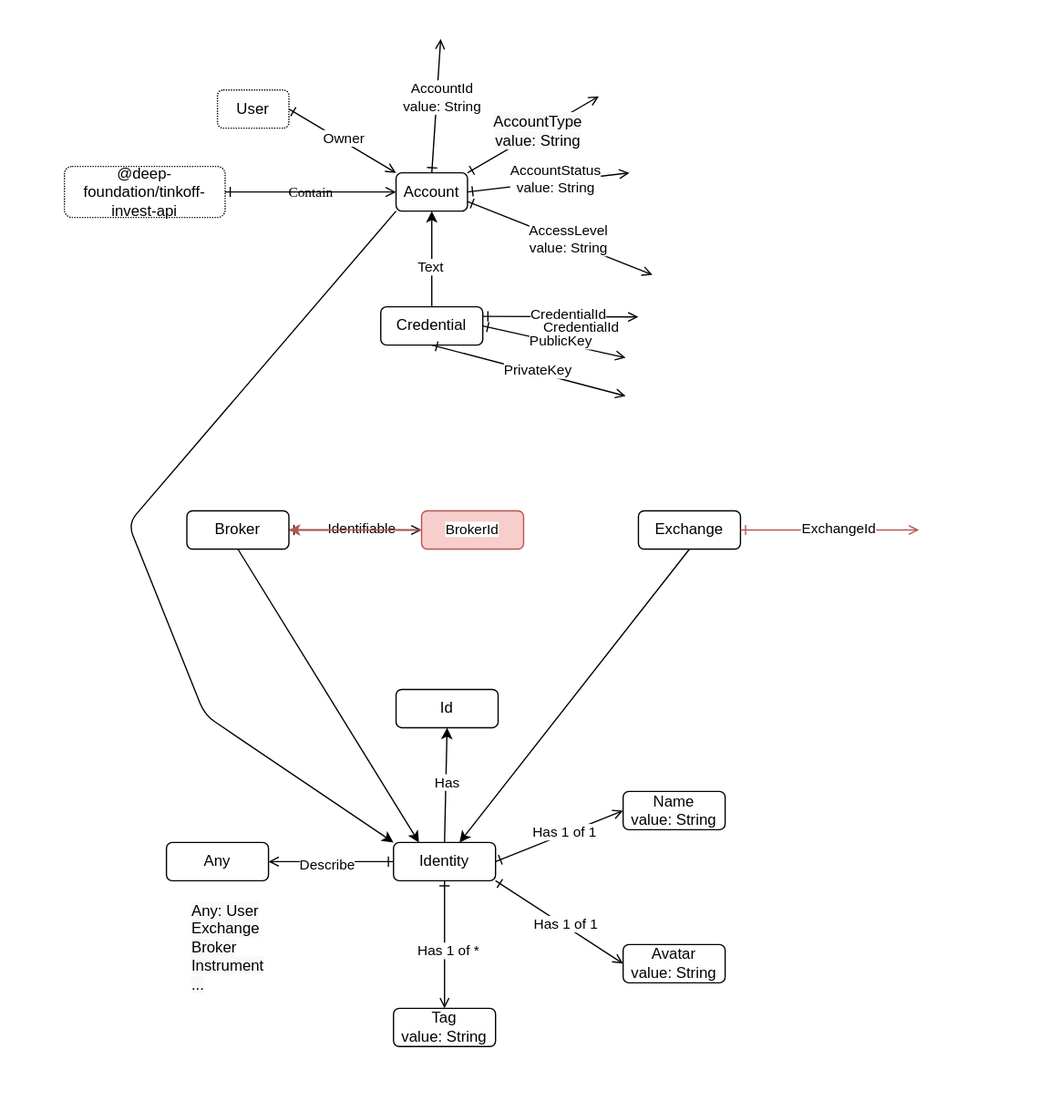
Above: src/account/Account.drawio.svg in suenot/deep-tinkoff-invest-api (draw.io), before the change. Source tidied: cells renumbered, new cells last; positions are measured from the earlier drawing's top-left corner, leaving out a move shared by most shapes.
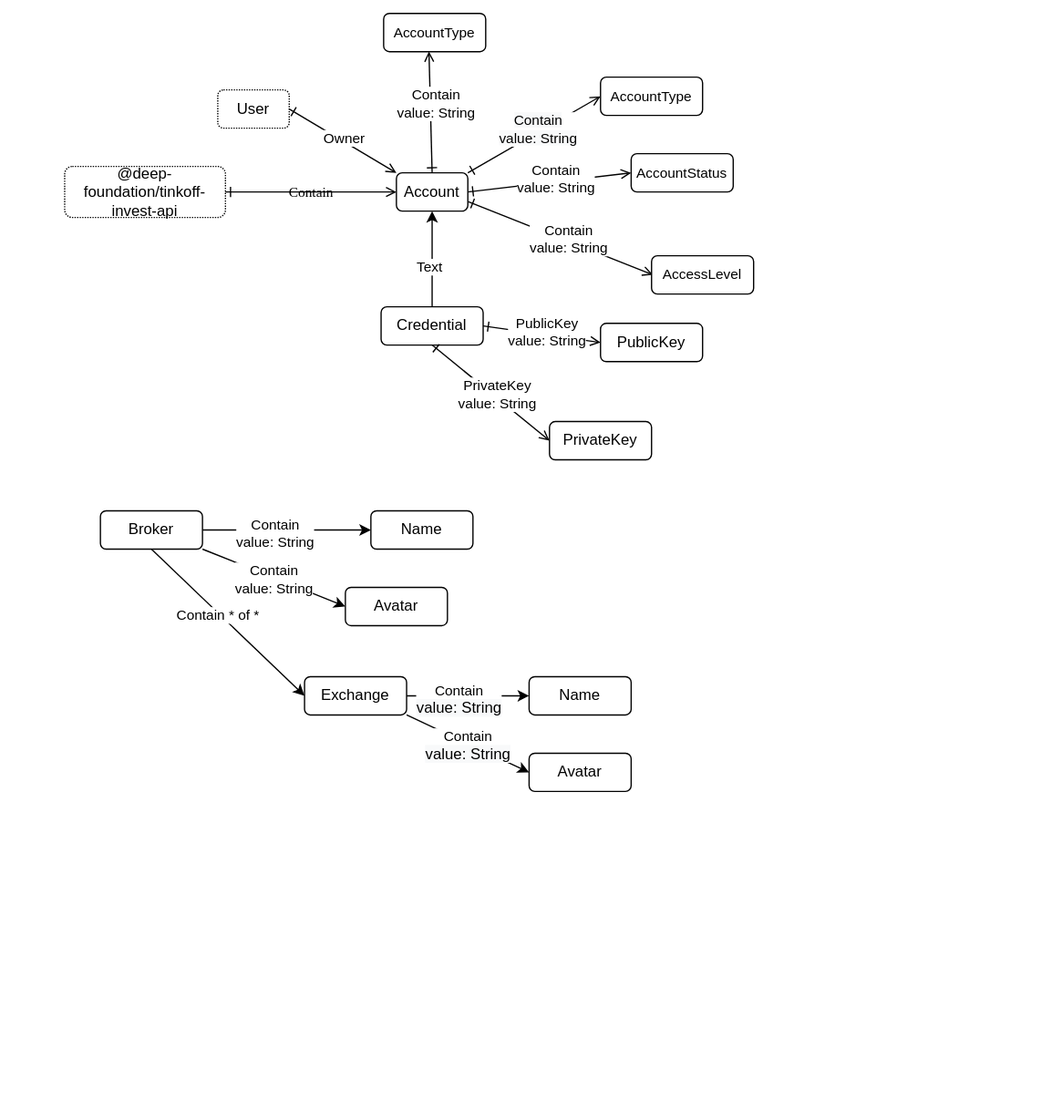
After the change.

The edit, as a diff of the source:
```diff
@@ -14,25 +14,15 @@
     <mxCell id="5" value="User" style="rounded=1;whiteSpace=wrap;html=1;labelBackgroundColor=none;dashed=1;dashPattern=1 1;" parent="1" vertex="1">
       <mxGeometry x="170" y="70" width="56" height="30" as="geometry" />
     </mxCell>
-    <mxCell id="6" style="edgeStyle=none;html=1;exitX=0.5;exitY=0;exitDx=0;exitDy=0;entryX=0.5;entryY=1;entryDx=0;entryDy=0;startArrow=ERone;startFill=0;endArrow=open;endFill=0;" parent="1" edge="1" source="10">
-      <mxGeometry relative="1" as="geometry">
-        <mxPoint x="345" y="30" as="targetPoint" />
-      </mxGeometry>
+    <mxCell id="6" style="edgeStyle=none;html=1;exitX=0.5;exitY=0;exitDx=0;exitDy=0;startArrow=ERone;startFill=0;endArrow=open;endFill=0;entryX=0.444;entryY=0.994;entryDx=0;entryDy=0;entryPerimeter=0;" parent="1" edge="1" source="10" target="75">
+      <mxGeometry relative="1" as="geometry" />
     </mxCell>
     <mxCell id="7" value="Id" style="edgeLabel;html=1;align=center;verticalAlign=middle;" parent="6" vertex="1">
       <mxGeometry x="0.08" y="2" relative="1" as="geometry" />
     </mxCell>
-    <mxCell id="8" value="AccountId&lt;br&gt;value: String" style="edgeLabel;html=1;align=center;verticalAlign=middle;" parent="6" vertex="1">
+    <mxCell id="8" value="Contain&lt;br&gt;value: String" style="edgeLabel;html=1;align=center;verticalAlign=middle;" parent="6" vertex="1">
       <mxGeometry x="0.14" y="-4" relative="1" as="geometry" />
     </mxCell>
-    <mxCell id="9" style="edgeStyle=none;html=1;exitX=0;exitY=1;exitDx=0;exitDy=0;entryX=0;entryY=0;entryDx=0;entryDy=0;" parent="1" edge="1" source="10" target="39">
-      <mxGeometry relative="1" as="geometry">
-        <Array as="points">
-          <mxPoint x="100" y="410" />
-          <mxPoint x="160" y="560" />
-        </Array>
-      </mxGeometry>
-    </mxCell>
     <mxCell id="10" value="Account" style="rounded=1;whiteSpace=wrap;html=1;labelBackgroundColor=none;" parent="1" vertex="1">
       <mxGeometry x="310" y="135" width="56" height="30" as="geometry" />
     </mxCell>
@@ -42,28 +32,22 @@
     <mxCell id="12" value="Contain" style="jettySize=auto;html=1;shadow=0;labelBackgroundColor=none;startArrow=ERone;startFill=0;endArrow=open;endFill=0;fontColor=#000000;fontFamily=Comic Sans MS;entryX=0;entryY=0.5;entryDx=0;entryDy=0;exitX=1;exitY=0.5;exitDx=0;exitDy=0;" parent="1" edge="1" source="11" target="10">
       <mxGeometry relative="1" as="geometry" />
     </mxCell>
-    <mxCell id="13" style="edgeStyle=none;html=1;entryX=0;entryY=0.5;entryDx=0;entryDy=0;startArrow=ERone;startFill=0;endArrow=open;endFill=0;exitX=1;exitY=0;exitDx=0;exitDy=0;" parent="1" edge="1" source="10">
-      <mxGeometry relative="1" as="geometry">
-        <mxPoint x="469" y="75" as="targetPoint" />
-      </mxGeometry>
+    <mxCell id="13" style="edgeStyle=none;html=1;entryX=0;entryY=0.5;entryDx=0;entryDy=0;startArrow=ERone;startFill=0;endArrow=open;endFill=0;exitX=1;exitY=0;exitDx=0;exitDy=0;" parent="1" edge="1" source="10" target="74">
+      <mxGeometry relative="1" as="geometry" />
     </mxCell>
-    <mxCell id="14" value="&lt;span style=&quot;font-size: 12px ; background-color: rgb(248 , 249 , 250)&quot;&gt;AccountType&lt;br&gt;value: String&lt;br&gt;&lt;/span&gt;" style="edgeLabel;html=1;align=center;verticalAlign=middle;" parent="13" vertex="1">
+    <mxCell id="14" value="&lt;span style=&quot;background-color: rgb(248 , 249 , 250)&quot;&gt;&lt;span&gt;Contain&lt;br&gt;value: String&lt;/span&gt;&lt;br&gt;&lt;/span&gt;" style="edgeLabel;html=1;align=center;verticalAlign=middle;" parent="13" vertex="1">
       <mxGeometry x="0.08" y="2" relative="1" as="geometry" />
     </mxCell>
-    <mxCell id="15" style="edgeStyle=none;html=1;entryX=0;entryY=0.5;entryDx=0;entryDy=0;startArrow=ERone;startFill=0;endArrow=open;endFill=0;exitX=1;exitY=0.5;exitDx=0;exitDy=0;" parent="1" edge="1" source="10">
-      <mxGeometry relative="1" as="geometry">
-        <mxPoint x="493" y="135" as="targetPoint" />
-      </mxGeometry>
+    <mxCell id="15" style="edgeStyle=none;html=1;entryX=0;entryY=0.5;entryDx=0;entryDy=0;startArrow=ERone;startFill=0;endArrow=open;endFill=0;exitX=1;exitY=0.5;exitDx=0;exitDy=0;" parent="1" edge="1" source="10" target="73">
+      <mxGeometry relative="1" as="geometry" />
     </mxCell>
-    <mxCell id="16" value="AccountStatus&lt;br&gt;value: String" style="edgeLabel;html=1;align=center;verticalAlign=middle;" parent="15" vertex="1">
+    <mxCell id="16" value="Contain&lt;br&gt;value: String" style="edgeLabel;html=1;align=center;verticalAlign=middle;" parent="15" vertex="1">
       <mxGeometry x="0.08" y="2" relative="1" as="geometry" />
     </mxCell>
-    <mxCell id="17" style="edgeStyle=none;html=1;entryX=0;entryY=0.5;entryDx=0;entryDy=0;startArrow=ERone;startFill=0;endArrow=open;endFill=0;exitX=1;exitY=0.75;exitDx=0;exitDy=0;" parent="1" edge="1" source="10">
-      <mxGeometry relative="1" as="geometry">
-        <mxPoint x="511" y="215" as="targetPoint" />
-      </mxGeometry>
+    <mxCell id="17" style="edgeStyle=none;html=1;entryX=0.013;entryY=0.5;entryDx=0;entryDy=0;startArrow=ERone;startFill=0;endArrow=open;endFill=0;exitX=1;exitY=0.75;exitDx=0;exitDy=0;entryPerimeter=0;" parent="1" edge="1" source="10" target="72">
+      <mxGeometry relative="1" as="geometry" />
     </mxCell>
-    <mxCell id="18" value="AccessLevel&lt;br&gt;value: String" style="edgeLabel;html=1;align=center;verticalAlign=middle;" parent="17" vertex="1">
+    <mxCell id="18" value="Contain&lt;br&gt;value: String" style="edgeLabel;html=1;align=center;verticalAlign=middle;" parent="17" vertex="1">
       <mxGeometry x="0.08" y="2" relative="1" as="geometry" />
     </mxCell>
     <mxCell id="19" style="edgeStyle=none;html=1;exitX=0.5;exitY=0;exitDx=0;exitDy=0;entryX=0.5;entryY=1;entryDx=0;entryDy=0;" parent="1" edge="1" source="21" target="10">
@@ -77,119 +61,89 @@
     <mxCell id="21" value="Credential" style="rounded=1;whiteSpace=wrap;html=1;labelBackgroundColor=none;" parent="1" vertex="1">
       <mxGeometry x="298" y="240" width="80" height="30" as="geometry" />
     </mxCell>
-    <mxCell id="22" style="edgeStyle=none;html=1;startArrow=ERone;startFill=0;endArrow=open;endFill=0;exitX=1;exitY=0.5;exitDx=0;exitDy=0;" parent="1" edge="1" source="21">
-      <mxGeometry relative="1" as="geometry">
-        <mxPoint x="490" y="280" as="targetPoint" />
-      </mxGeometry>
+    <mxCell id="22" style="edgeStyle=none;html=1;startArrow=ERone;startFill=0;endArrow=open;endFill=0;exitX=1;exitY=0.5;exitDx=0;exitDy=0;entryX=0;entryY=0.5;entryDx=0;entryDy=0;" parent="1" edge="1" source="21" target="71">
+      <mxGeometry relative="1" as="geometry" />
     </mxCell>
-    <mxCell id="23" value="PublicKey" style="edgeLabel;html=1;align=center;verticalAlign=middle;" parent="22" vertex="1">
+    <mxCell id="23" value="PublicKey&lt;br&gt;value: String" style="edgeLabel;html=1;align=center;verticalAlign=middle;" parent="22" vertex="1">
       <mxGeometry x="0.08" y="2" relative="1" as="geometry" />
     </mxCell>
-    <mxCell id="24" style="edgeStyle=none;html=1;startArrow=ERone;startFill=0;endArrow=open;endFill=0;exitX=0.5;exitY=1;exitDx=0;exitDy=0;" parent="1" edge="1" source="21">
-      <mxGeometry relative="1" as="geometry">
-        <mxPoint x="490" y="310" as="targetPoint" />
-      </mxGeometry>
+    <mxCell id="24" style="edgeStyle=none;html=1;startArrow=ERone;startFill=0;endArrow=open;endFill=0;exitX=0.5;exitY=1;exitDx=0;exitDy=0;entryX=0;entryY=0.5;entryDx=0;entryDy=0;" parent="1" edge="1" source="21" target="70">
+      <mxGeometry relative="1" as="geometry" />
     </mxCell>
-    <mxCell id="25" value="PrivateKey" style="edgeLabel;html=1;align=center;verticalAlign=middle;" parent="24" vertex="1">
+    <mxCell id="25" value="PrivateKey&lt;br&gt;value: String" style="edgeLabel;html=1;align=center;verticalAlign=middle;" parent="24" vertex="1">
       <mxGeometry x="0.08" y="2" relative="1" as="geometry" />
     </mxCell>
-    <mxCell id="26" style="edgeStyle=none;html=1;exitX=0.5;exitY=1;exitDx=0;exitDy=0;entryX=0.25;entryY=0;entryDx=0;entryDy=0;" parent="1" edge="1" source="27" target="39">
-      <mxGeometry relative="1" as="geometry" />
-    </mxCell>
+    <mxCell id="56" style="edgeStyle=none;html=1;exitX=1;exitY=0.5;exitDx=0;exitDy=0;entryX=0;entryY=0.5;entryDx=0;entryDy=0;" parent="1" edge="1" source="27" target="62">
+      <mxGeometry relative="1" as="geometry" />
+    </mxCell>
+    <mxCell id="57" value="Contain&lt;br&gt;value: String" style="edgeLabel;html=1;align=center;verticalAlign=middle;" parent="56" vertex="1">
+      <mxGeometry x="-0.12" y="-3" relative="1" as="geometry">
+        <mxPoint x="-1" as="offset" />
+      </mxGeometry>
+    </mxCell>
+    <mxCell id="58" style="edgeStyle=none;html=1;exitX=1;exitY=1;exitDx=0;exitDy=0;entryX=0;entryY=0.5;entryDx=0;entryDy=0;" parent="1" edge="1" source="27" target="63">
+      <mxGeometry relative="1" as="geometry" />
+    </mxCell>
+    <mxCell id="59" value="Contain&lt;br&gt;value: String" style="edgeLabel;html=1;align=center;verticalAlign=middle;" parent="58" vertex="1">
+      <mxGeometry y="-1" relative="1" as="geometry" />
+    </mxCell>
+    <mxCell id="60" style="edgeStyle=none;html=1;exitX=0.5;exitY=1;exitDx=0;exitDy=0;entryX=0;entryY=0.5;entryDx=0;entryDy=0;" parent="1" edge="1" source="27" target="29">
+      <mxGeometry relative="1" as="geometry" />
+    </mxCell>
+    <mxCell id="61" value="Contain * of *" style="edgeLabel;html=1;align=center;verticalAlign=middle;" parent="60" vertex="1">
+      <mxGeometry x="-0.11" y="-2" relative="1" as="geometry">
+        <mxPoint y="-1" as="offset" />
+      </mxGeometry>
+    </mxCell>
     <mxCell id="27" value="Broker" style="rounded=1;whiteSpace=wrap;html=1;labelBackgroundColor=none;" parent="1" vertex="1">
-      <mxGeometry x="146" y="400" width="80" height="30" as="geometry" />
+      <mxGeometry x="78" y="400" width="80" height="30" as="geometry" />
     </mxCell>
-    <mxCell id="28" style="edgeStyle=none;html=1;exitX=0.5;exitY=1;exitDx=0;exitDy=0;" parent="1" edge="1" source="29" target="39">
-      <mxGeometry relative="1" as="geometry" />
-    </mxCell>
+    <mxCell id="62" value="Name" style="rounded=1;whiteSpace=wrap;html=1;labelBackgroundColor=none;" parent="1" vertex="1">
+      <mxGeometry x="290" y="400" width="80" height="30" as="geometry" />
+    </mxCell>
+    <mxCell id="63" value="Avatar" style="rounded=1;whiteSpace=wrap;html=1;labelBackgroundColor=none;" parent="1" vertex="1">
+      <mxGeometry x="270" y="460" width="80" height="30" as="geometry" />
+    </mxCell>
+    <mxCell id="64" style="edgeStyle=none;html=1;exitX=1;exitY=0.5;exitDx=0;exitDy=0;entryX=0;entryY=0.5;entryDx=0;entryDy=0;" parent="1" edge="1" source="29" target="68">
+      <mxGeometry relative="1" as="geometry" />
+    </mxCell>
+    <mxCell id="65" value="Contain&lt;br&gt;&lt;span style=&quot;font-size: 12px ; background-color: rgb(248 , 249 , 250)&quot;&gt;value: String&lt;/span&gt;" style="edgeLabel;html=1;align=center;verticalAlign=middle;" parent="64" vertex="1">
+      <mxGeometry x="-0.12" y="-3" relative="1" as="geometry">
+        <mxPoint x="-1" as="offset" />
+      </mxGeometry>
+    </mxCell>
+    <mxCell id="66" style="edgeStyle=none;html=1;exitX=1;exitY=1;exitDx=0;exitDy=0;entryX=0;entryY=0.5;entryDx=0;entryDy=0;" parent="1" edge="1" source="29" target="69">
+      <mxGeometry relative="1" as="geometry" />
+    </mxCell>
+    <mxCell id="67" value="Contain&lt;br&gt;&lt;span style=&quot;font-size: 12px ; background-color: rgb(248 , 249 , 250)&quot;&gt;value: String&lt;/span&gt;" style="edgeLabel;html=1;align=center;verticalAlign=middle;" parent="66" vertex="1">
+      <mxGeometry y="-1" relative="1" as="geometry" />
+    </mxCell>
     <mxCell id="29" value="Exchange" style="rounded=1;whiteSpace=wrap;html=1;labelBackgroundColor=none;" parent="1" vertex="1">
-      <mxGeometry x="500" y="400" width="80" height="30" as="geometry" />
+      <mxGeometry x="238" y="530" width="80" height="30" as="geometry" />
     </mxCell>
-    <mxCell id="30" style="edgeStyle=none;html=1;startArrow=ERone;startFill=0;endArrow=open;endFill=0;exitX=1;exitY=0.25;exitDx=0;exitDy=0;" parent="1" edge="1" source="21">
-      <mxGeometry relative="1" as="geometry">
-        <mxPoint x="500" y="248" as="targetPoint" />
-      </mxGeometry>
-    </mxCell>
-    <mxCell id="31" value="CredentialId" style="edgeLabel;html=1;align=center;verticalAlign=middle;" parent="30" vertex="1">
-      <mxGeometry x="0.08" y="2" relative="1" as="geometry" />
-    </mxCell>
-    <mxCell id="32" value="CredentialId" style="edgeLabel;html=1;align=center;verticalAlign=middle;" parent="1" vertex="1">
-      <mxGeometry x="454" y="255.8" as="geometry" />
-    </mxCell>
-    <mxCell id="33" style="edgeStyle=none;html=1;startArrow=ERone;startFill=0;endArrow=open;endFill=0;exitX=1;exitY=0.5;exitDx=0;exitDy=0;" parent="1" edge="1" source="27">
-      <mxGeometry relative="1" as="geometry">
-        <mxPoint x="330" y="415" as="targetPoint" />
-      </mxGeometry>
-    </mxCell>
-    <mxCell id="34" value="Identifiable" style="edgeLabel;html=1;align=center;verticalAlign=middle;" parent="33" vertex="1">
-      <mxGeometry x="0.08" y="2" relative="1" as="geometry" />
-    </mxCell>
-    <mxCell id="35" style="edgeStyle=none;html=1;startArrow=ERone;startFill=0;endArrow=open;endFill=0;exitX=1;exitY=0.5;exitDx=0;exitDy=0;fillColor=#f8cecc;strokeColor=#b85450;" parent="1" edge="1" source="29">
-      <mxGeometry relative="1" as="geometry">
-        <mxPoint x="720" y="415" as="targetPoint" />
-      </mxGeometry>
-    </mxCell>
-    <mxCell id="36" value="ExchangeId" style="edgeLabel;html=1;align=center;verticalAlign=middle;" parent="35" vertex="1">
-      <mxGeometry x="0.08" y="2" relative="1" as="geometry" />
-    </mxCell>
-    <mxCell id="37" style="edgeStyle=none;html=1;exitX=0.5;exitY=0;exitDx=0;exitDy=0;entryX=0.5;entryY=1;entryDx=0;entryDy=0;" parent="1" edge="1" source="39" target="55">
-      <mxGeometry relative="1" as="geometry" />
-    </mxCell>
-    <mxCell id="38" value="Has" style="edgeLabel;html=1;align=center;verticalAlign=middle;" parent="37" vertex="1">
-      <mxGeometry x="0.06" relative="1" as="geometry" />
-    </mxCell>
-    <mxCell id="39" value="Identity" style="rounded=1;whiteSpace=wrap;html=1;labelBackgroundColor=none;" parent="1" vertex="1">
-      <mxGeometry x="308" y="660" width="80" height="30" as="geometry" />
-    </mxCell>
-    <mxCell id="40" style="edgeStyle=none;html=1;startArrow=ERone;startFill=0;endArrow=open;endFill=0;exitX=0.5;exitY=1;exitDx=0;exitDy=0;entryX=0.5;entryY=0;entryDx=0;entryDy=0;" parent="1" edge="1" source="39" target="42">
-      <mxGeometry relative="1" as="geometry" />
-    </mxCell>
-    <mxCell id="41" value="Has 1 of *" style="edgeLabel;html=1;align=center;verticalAlign=middle;" parent="40" vertex="1">
-      <mxGeometry x="0.08" y="2" relative="1" as="geometry" />
-    </mxCell>
-    <mxCell id="42" value="Tag&lt;br&gt;value: String" style="rounded=1;whiteSpace=wrap;html=1;labelBackgroundColor=none;" parent="1" vertex="1">
-      <mxGeometry x="308" y="790" width="80" height="30" as="geometry" />
-    </mxCell>
-    <mxCell id="43" value="Avatar&lt;br&gt;value: String" style="rounded=1;whiteSpace=wrap;html=1;labelBackgroundColor=none;" parent="1" vertex="1">
-      <mxGeometry x="488" y="740" width="80" height="30" as="geometry" />
-    </mxCell>
-    <mxCell id="44" value="Name&lt;br&gt;value: String" style="rounded=1;whiteSpace=wrap;html=1;labelBackgroundColor=none;" parent="1" vertex="1">
-      <mxGeometry x="488" y="620" width="80" height="30" as="geometry" />
-    </mxCell>
-    <mxCell id="45" style="edgeStyle=none;html=1;startArrow=ERone;startFill=0;endArrow=open;endFill=0;exitX=1;exitY=0.5;exitDx=0;exitDy=0;entryX=0;entryY=0.5;entryDx=0;entryDy=0;" parent="1" edge="1" source="39" target="44">
-      <mxGeometry relative="1" as="geometry" />
-    </mxCell>
-    <mxCell id="46" value="Has&amp;nbsp;1 of 1" style="edgeLabel;html=1;align=center;verticalAlign=middle;" parent="45" vertex="1">
-      <mxGeometry x="0.08" y="2" relative="1" as="geometry" />
-    </mxCell>
-    <mxCell id="47" style="edgeStyle=none;html=1;startArrow=ERone;startFill=0;endArrow=open;endFill=0;exitX=1;exitY=1;exitDx=0;exitDy=0;entryX=0;entryY=0.5;entryDx=0;entryDy=0;" parent="1" edge="1" source="39" target="43">
-      <mxGeometry relative="1" as="geometry" />
-    </mxCell>
-    <mxCell id="48" value="Has 1 of 1" style="edgeLabel;html=1;align=center;verticalAlign=middle;" parent="47" vertex="1">
-      <mxGeometry x="0.08" y="2" relative="1" as="geometry" />
-    </mxCell>
-    <mxCell id="49" style="edgeStyle=none;html=1;startArrow=ERone;startFill=0;endArrow=open;endFill=0;exitX=0;exitY=0.5;exitDx=0;exitDy=0;" parent="1" edge="1" source="39">
-      <mxGeometry relative="1" as="geometry">
-        <mxPoint x="210" y="675" as="targetPoint" />
-      </mxGeometry>
-    </mxCell>
-    <mxCell id="50" value="Describe" style="edgeLabel;html=1;align=center;verticalAlign=middle;" parent="49" vertex="1">
-      <mxGeometry x="0.08" y="2" relative="1" as="geometry" />
-    </mxCell>
-    <mxCell id="51" value="Any" style="rounded=1;whiteSpace=wrap;html=1;labelBackgroundColor=none;" parent="1" vertex="1">
-      <mxGeometry x="130" y="660" width="80" height="30" as="geometry" />
-    </mxCell>
-    <mxCell id="52" value="&lt;span style=&quot;color: rgb(0 , 0 , 0) ; font-family: &amp;#34;helvetica&amp;#34; ; font-size: 12px ; font-style: normal ; font-weight: 400 ; letter-spacing: normal ; text-align: center ; text-indent: 0px ; text-transform: none ; word-spacing: 0px ; background-color: rgb(248 , 249 , 250) ; display: inline ; float: none&quot;&gt;Any: User&lt;br&gt;Exchange&lt;br&gt;Broker&lt;br&gt;Instrument&lt;br&gt;...&lt;br&gt;&lt;/span&gt;" style="text;whiteSpace=wrap;html=1;" parent="1" vertex="1">
-      <mxGeometry x="148" y="700" width="160" height="100" as="geometry" />
-    </mxCell>
-    <mxCell id="53" style="edgeStyle=none;html=1;fillColor=#f8cecc;strokeColor=#b85450;" parent="1" edge="1" source="54" target="27">
-      <mxGeometry relative="1" as="geometry" />
-    </mxCell>
-    <mxCell id="54" value="&lt;span style=&quot;font-size: 11px ; background-color: rgb(255 , 255 , 255)&quot;&gt;BrokerId&lt;/span&gt;" style="rounded=1;whiteSpace=wrap;html=1;labelBackgroundColor=none;fillColor=#f8cecc;strokeColor=#b85450;" parent="1" vertex="1">
-      <mxGeometry x="330" y="400" width="80" height="30" as="geometry" />
-    </mxCell>
-    <mxCell id="55" value="Id" style="rounded=1;whiteSpace=wrap;html=1;labelBackgroundColor=none;" parent="1" vertex="1">
-      <mxGeometry x="310" y="540" width="80" height="30" as="geometry" />
-    </mxCell>
+    <mxCell id="68" value="Name" style="rounded=1;whiteSpace=wrap;html=1;labelBackgroundColor=none;" parent="1" vertex="1">
+      <mxGeometry x="414" y="530" width="80" height="30" as="geometry" />
+    </mxCell>
+    <mxCell id="69" value="Avatar" style="rounded=1;whiteSpace=wrap;html=1;labelBackgroundColor=none;" parent="1" vertex="1">
+      <mxGeometry x="414" y="590" width="80" height="30" as="geometry" />
+    </mxCell>
+    <mxCell id="70" value="PrivateKey" style="rounded=1;whiteSpace=wrap;html=1;labelBackgroundColor=none;" parent="1" vertex="1">
+      <mxGeometry x="430" y="330" width="80" height="30" as="geometry" />
+    </mxCell>
+    <mxCell id="71" value="PublicKey" style="rounded=1;whiteSpace=wrap;html=1;labelBackgroundColor=none;" parent="1" vertex="1">
+      <mxGeometry x="470" y="253" width="80" height="30" as="geometry" />
+    </mxCell>
+    <mxCell id="72" value="&lt;span style=&quot;font-size: 11px ; background-color: rgb(255 , 255 , 255)&quot;&gt;AccessLevel&lt;/span&gt;" style="rounded=1;whiteSpace=wrap;html=1;labelBackgroundColor=none;" parent="1" vertex="1">
+      <mxGeometry x="510" y="200" width="80" height="30" as="geometry" />
+    </mxCell>
+    <mxCell id="73" value="&lt;span style=&quot;font-size: 11px ; background-color: rgb(255 , 255 , 255)&quot;&gt;AccountStatus&lt;/span&gt;" style="rounded=1;whiteSpace=wrap;html=1;labelBackgroundColor=none;" parent="1" vertex="1">
+      <mxGeometry x="494" y="120" width="80" height="30" as="geometry" />
+    </mxCell>
+    <mxCell id="74" value="&lt;span style=&quot;font-size: 11px&quot;&gt;AccountType&lt;/span&gt;" style="rounded=1;whiteSpace=wrap;html=1;labelBackgroundColor=none;" parent="1" vertex="1">
+      <mxGeometry x="470" y="60" width="80" height="30" as="geometry" />
+    </mxCell>
+    <mxCell id="75" value="&lt;span style=&quot;font-size: 11px&quot;&gt;AccountType&lt;/span&gt;" style="rounded=1;whiteSpace=wrap;html=1;labelBackgroundColor=none;" parent="1" vertex="1">
+      <mxGeometry x="300" y="10" width="80" height="30" as="geometry" />
+    </mxCell>
   </root>
 </mxGraphModel>
```
